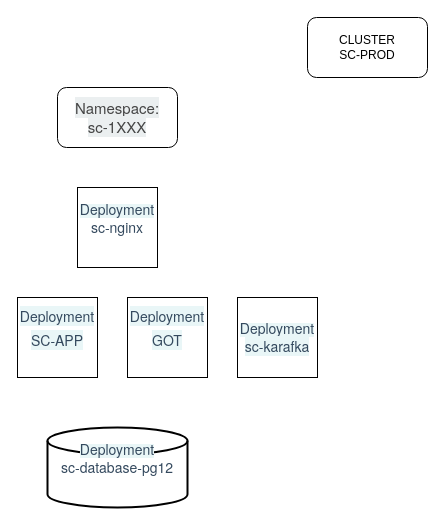
BinhPhuongIT/ssv-ci keeps this draw.io diagram as Untitled Diagram.drawio. Above is the earlier version. Source tidied: cells renumbered, new cells numbered last; positions are measured from the earlier drawing's top-left corner, leaving out a move shared by most shapes. Both pictures are drawn from the tidied source at 100%, with x=0, y=0 at pixel (17, 17).
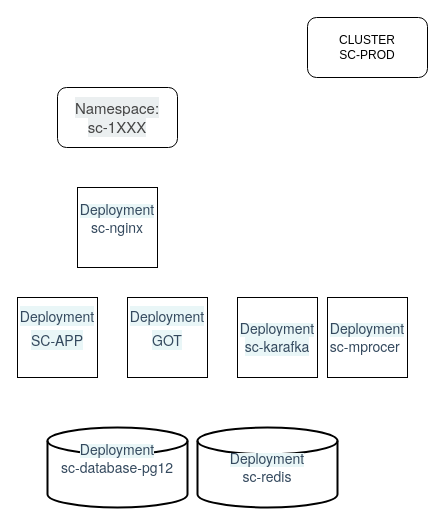
After the change.

Diff of the diagram source:
```diff
@@
 <mxGraphModel>
   <root>
     <mxCell id="0" />
     <mxCell id="1" parent="0" />
     <mxCell id="2" value="CLUSTER&lt;br&gt;SC-PROD" style="rounded=1;whiteSpace=wrap;html=1;" parent="1" vertex="1">
       <mxGeometry x="290" width="120" height="60" as="geometry" />
     </mxCell>
     <mxCell id="3" value="&lt;span style=&quot;color: rgb(69, 69, 69); font-family: Prompt, &amp;quot;Helvetica Neue Light&amp;quot;, &amp;quot;Helvetica Neue&amp;quot;, Helvetica, Arial, sans-serif; font-size: 15px; text-align: start; background-color: rgb(235, 239, 240);&quot;&gt;Namespace:&lt;br&gt;sc-1XXX&lt;/span&gt;" style="rounded=1;whiteSpace=wrap;html=1;" parent="1" vertex="1">
       <mxGeometry x="40" y="70" width="120" height="60" as="geometry" />
     </mxCell>
     <mxCell id="4" value="&lt;span style=&quot;color: rgb(52, 73, 94); font-family: Prompt, &amp;quot;Helvetica Neue Light&amp;quot;, &amp;quot;Helvetica Neue&amp;quot;, Helvetica, Arial, sans-serif; font-size: 14px; background-color: rgb(233, 246, 247);&quot;&gt;Deployment&lt;br&gt;SC-APP&lt;/span&gt;&lt;span style=&quot;color: rgb(52, 73, 94); font-family: Prompt, &amp;quot;Helvetica Neue Light&amp;quot;, &amp;quot;Helvetica Neue&amp;quot;, Helvetica, Arial, sans-serif; font-size: 21px; text-align: start; background-color: rgb(255, 255, 255);&quot;&gt;&lt;br&gt;&lt;/span&gt;&lt;span style=&quot;color: rgb(52, 73, 94); font-family: Prompt, &amp;quot;Helvetica Neue Light&amp;quot;, &amp;quot;Helvetica Neue&amp;quot;, Helvetica, Arial, sans-serif; font-size: 14px; background-color: rgb(233, 246, 247);&quot;&gt;&lt;br&gt;&lt;/span&gt;" style="whiteSpace=wrap;html=1;" parent="1" vertex="1">
       <mxGeometry y="280" width="80" height="80" as="geometry" />
     </mxCell>
     <mxCell id="5" value="&lt;span style=&quot;color: rgb(52, 73, 94); font-family: Prompt, &amp;quot;Helvetica Neue Light&amp;quot;, &amp;quot;Helvetica Neue&amp;quot;, Helvetica, Arial, sans-serif; font-size: 14px; background-color: rgb(233, 246, 247);&quot;&gt;Deployment&lt;br&gt;GOT&lt;/span&gt;&lt;span style=&quot;color: rgb(52, 73, 94); font-family: Prompt, &amp;quot;Helvetica Neue Light&amp;quot;, &amp;quot;Helvetica Neue&amp;quot;, Helvetica, Arial, sans-serif; font-size: 21px; text-align: start; background-color: rgb(255, 255, 255);&quot;&gt;&lt;br&gt;&lt;/span&gt;&lt;span style=&quot;color: rgb(52, 73, 94); font-family: Prompt, &amp;quot;Helvetica Neue Light&amp;quot;, &amp;quot;Helvetica Neue&amp;quot;, Helvetica, Arial, sans-serif; font-size: 14px; background-color: rgb(233, 246, 247);&quot;&gt;&lt;br&gt;&lt;/span&gt;" style="whiteSpace=wrap;html=1;" parent="1" vertex="1">
       <mxGeometry x="110" y="280" width="80" height="80" as="geometry" />
     </mxCell>
     <mxCell id="6" value="&lt;span style=&quot;background-color: rgb(233, 246, 247);&quot;&gt;&lt;font face=&quot;Prompt, Helvetica Neue Light, Helvetica Neue, Helvetica, Arial, sans-serif&quot; color=&quot;#34495e&quot;&gt;&lt;span style=&quot;font-size: 14px;&quot;&gt;Deployment&lt;/span&gt;&lt;/font&gt;&lt;br&gt;&lt;div style=&quot;text-align: center;&quot;&gt;&lt;span style=&quot;background-color: rgb(255, 255, 255); text-align: start; font-size: 14px;&quot;&gt;&lt;font face=&quot;Prompt, Helvetica Neue Light, Helvetica Neue, Helvetica, Arial, sans-serif&quot; color=&quot;#34495e&quot;&gt;sc-nginx&lt;/font&gt;&lt;/span&gt;&lt;/div&gt;&lt;/span&gt;&lt;span style=&quot;color: rgb(52, 73, 94); font-family: Prompt, &amp;quot;Helvetica Neue Light&amp;quot;, &amp;quot;Helvetica Neue&amp;quot;, Helvetica, Arial, sans-serif; font-size: 14px; background-color: rgb(233, 246, 247);&quot;&gt;&lt;br&gt;&lt;/span&gt;" style="whiteSpace=wrap;html=1;" parent="1" vertex="1">
       <mxGeometry x="60" y="170" width="80" height="80" as="geometry" />
     </mxCell>
     <mxCell id="7" style="edgeStyle=orthogonalEdgeStyle;rounded=0;orthogonalLoop=1;jettySize=auto;html=1;exitX=0.5;exitY=1;exitDx=0;exitDy=0;" parent="1" edge="1">
       <mxGeometry relative="1" as="geometry">
         <mxPoint x="110" y="470" as="sourcePoint" />
         <mxPoint x="110" y="470" as="targetPoint" />
       </mxGeometry>
     </mxCell>
     <mxCell id="8" value="&lt;span style=&quot;background-color: rgb(233, 246, 247);&quot;&gt;&lt;font face=&quot;Prompt, Helvetica Neue Light, Helvetica Neue, Helvetica, Arial, sans-serif&quot; color=&quot;#34495e&quot;&gt;&lt;span style=&quot;font-size: 14px;&quot;&gt;Deployment&lt;/span&gt;&lt;/font&gt;&lt;br&gt;&lt;div&gt;&lt;span style=&quot;background-color: rgb(255, 255, 255); text-align: start; font-size: 14px;&quot;&gt;&lt;font face=&quot;Prompt, Helvetica Neue Light, Helvetica Neue, Helvetica, Arial, sans-serif&quot; color=&quot;#34495e&quot;&gt;sc-database-pg12&lt;/font&gt;&lt;/span&gt;&lt;/div&gt;&lt;/span&gt;&lt;span style=&quot;color: rgb(52, 73, 94); font-family: Prompt, &amp;quot;Helvetica Neue Light&amp;quot;, &amp;quot;Helvetica Neue&amp;quot;, Helvetica, Arial, sans-serif; font-size: 14px; background-color: rgb(233, 246, 247);&quot;&gt;&lt;br style=&quot;&quot;&gt;&lt;/span&gt;" style="strokeWidth=2;html=1;shape=mxgraph.flowchart.database;whiteSpace=wrap;" parent="1" vertex="1">
       <mxGeometry x="30" y="410" width="140" height="80" as="geometry" />
     </mxCell>
     <mxCell id="9" value="&lt;span style=&quot;background-color: rgb(233, 246, 247);&quot;&gt;&lt;font face=&quot;Prompt, Helvetica Neue Light, Helvetica Neue, Helvetica, Arial, sans-serif&quot; color=&quot;#34495e&quot;&gt;&lt;span style=&quot;font-size: 14px;&quot;&gt;Deployment&lt;br&gt;&lt;/span&gt;&lt;/font&gt;&lt;/span&gt;&lt;span style=&quot;color: rgb(52, 73, 94); font-family: Prompt, &amp;quot;Helvetica Neue Light&amp;quot;, &amp;quot;Helvetica Neue&amp;quot;, Helvetica, Arial, sans-serif; text-align: start; background-color: rgb(233, 246, 247); font-size: 14px;&quot;&gt;sc-karafka&lt;/span&gt;&lt;span style=&quot;background-color: rgb(233, 246, 247);&quot;&gt;&lt;font face=&quot;Prompt, Helvetica Neue Light, Helvetica Neue, Helvetica, Arial, sans-serif&quot; color=&quot;#34495e&quot;&gt;&lt;span style=&quot;font-size: 14px;&quot;&gt;&lt;br&gt;&lt;/span&gt;&lt;/font&gt;&lt;/span&gt;" style="whiteSpace=wrap;html=1;" parent="1" vertex="1">
       <mxGeometry x="220" y="280" width="80" height="80" as="geometry" />
     </mxCell>
+    <mxCell id="10" value="&lt;span style=&quot;background-color: rgb(233, 246, 247);&quot;&gt;&lt;font face=&quot;Prompt, Helvetica Neue Light, Helvetica Neue, Helvetica, Arial, sans-serif&quot; color=&quot;#34495e&quot;&gt;&lt;span style=&quot;font-size: 14px;&quot;&gt;Deployment&lt;/span&gt;&lt;br&gt;&lt;div style=&quot;text-align: start;&quot;&gt;&lt;span style=&quot;font-size: 14px;&quot;&gt;sc-mprocer&lt;/span&gt;&lt;/div&gt;&lt;/font&gt;&lt;/span&gt;" style="whiteSpace=wrap;html=1;" parent="1" vertex="1">
+      <mxGeometry x="310" y="280" width="80" height="80" as="geometry" />
+    </mxCell>
+    <mxCell id="11" value="&lt;span style=&quot;background-color: rgb(233, 246, 247);&quot;&gt;&lt;font face=&quot;Prompt, Helvetica Neue Light, Helvetica Neue, Helvetica, Arial, sans-serif&quot; color=&quot;#34495e&quot;&gt;&lt;span style=&quot;font-size: 14px;&quot;&gt;Deployment&lt;/span&gt;&lt;/font&gt;&lt;br&gt;&lt;div&gt;&lt;span style=&quot;color: rgb(52, 73, 94); font-family: Prompt, &amp;quot;Helvetica Neue Light&amp;quot;, &amp;quot;Helvetica Neue&amp;quot;, Helvetica, Arial, sans-serif; background-color: initial; font-size: 14px; text-align: start;&quot;&gt;sc-redis&lt;/span&gt;&lt;br&gt;&lt;/div&gt;&lt;/span&gt;" style="strokeWidth=2;html=1;shape=mxgraph.flowchart.database;whiteSpace=wrap;" parent="1" vertex="1">
+      <mxGeometry x="180" y="410" width="140" height="80" as="geometry" />
+    </mxCell>
   </root>
 </mxGraphModel>
```
